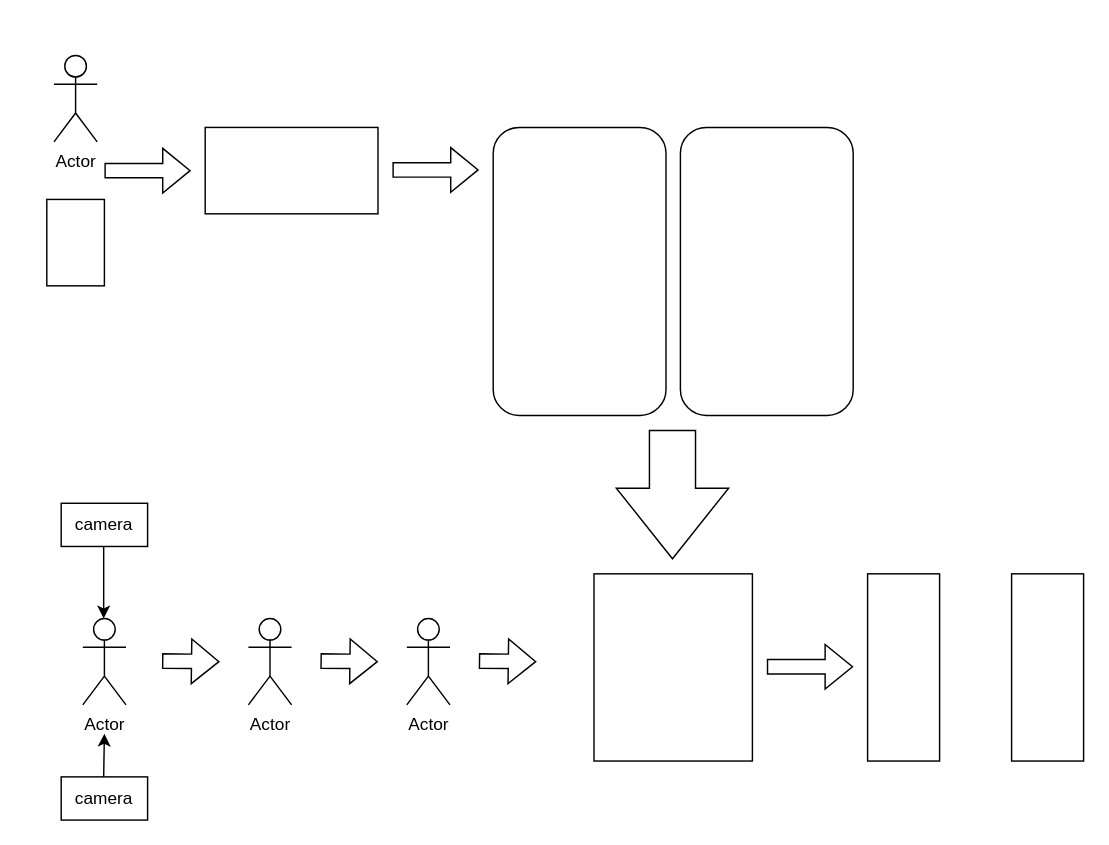
Yaoderrr/ssss keeps this draw.io diagram as 未命名绘图.drawio. Above is the earlier version. Source tidied: cells renumbered, new cells numbered last; positions are measured from the earlier drawing's top-left corner, leaving out a move shared by most shapes. Both pictures are drawn from the tidied source at 144%, with x=0, y=0 at pixel (46, 55).
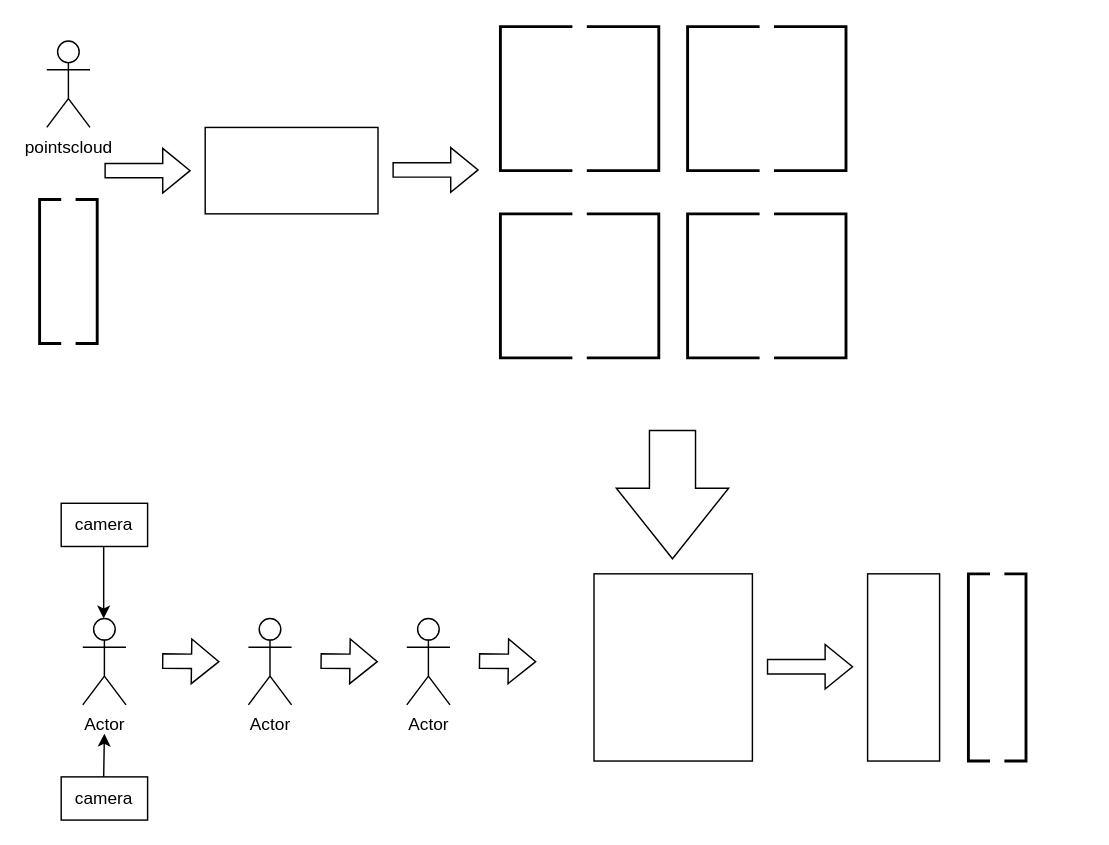
After the change.

Commit message (it also covers changes not shown here):
更新未命名绘图.drawio

What changed in the source:
```diff
@@
-    <mxCell id="2" value="Actor" style="shape=umlActor;verticalLabelPosition=bottom;verticalAlign=top;html=1;" parent="1" vertex="1">
-      <mxGeometry x="5" width="30" height="60" as="geometry" />
+    <mxCell id="2" value="pointscloud" style="shape=umlActor;verticalLabelPosition=bottom;verticalAlign=top;html=1;" parent="1" vertex="1">
+      <mxGeometry y="-10" width="30" height="60" as="geometry" />
     </mxCell>
@@
-    <mxCell id="6" style="rounded=1;whiteSpace=wrap;html=1;" parent="1" vertex="1">
-      <mxGeometry x="310" y="50" width="120" height="200" as="geometry" />
-    </mxCell>
-    <mxCell id="7" style="rounded=1;whiteSpace=wrap;html=1;" parent="1" vertex="1">
-      <mxGeometry x="440" y="50" width="120" height="200" as="geometry" />
-    </mxCell>
@@
-    <mxCell id="10" style="rounded=0;whiteSpace=wrap;html=1;" parent="1" vertex="1">
-      <mxGeometry x="670" y="360" width="50" height="130" as="geometry" />
-    </mxCell>
@@
-    <mxCell id="14" style="rounded=0;whiteSpace=wrap;html=1;" parent="1" vertex="1">
-      <mxGeometry y="100" width="40" height="60" as="geometry" />
-    </mxCell>
@@
+    <mxCell id="24" style="strokeWidth=2;html=1;shape=mxgraph.flowchart.annotation_1;align=left;" parent="1" vertex="1">
+      <mxGeometry x="315" y="-20" width="50" height="100" as="geometry" />
+    </mxCell>
+    <mxCell id="25" style="strokeWidth=2;html=1;shape=mxgraph.flowchart.annotation_1;align=left;" parent="1" vertex="1">
+      <mxGeometry x="315" y="110" width="50" height="100" as="geometry" />
+    </mxCell>
+    <mxCell id="26" style="strokeWidth=2;html=1;shape=mxgraph.flowchart.annotation_1;align=left;flipH=1;" parent="1" vertex="1">
+      <mxGeometry x="375" y="110" width="50" height="100" as="geometry" />
+    </mxCell>
+    <mxCell id="27" style="strokeWidth=2;html=1;shape=mxgraph.flowchart.annotation_1;align=left;flipH=1;" parent="1" vertex="1">
+      <mxGeometry x="375" y="-20" width="50" height="100" as="geometry" />
+    </mxCell>
+    <mxCell id="28" style="strokeWidth=2;html=1;shape=mxgraph.flowchart.annotation_1;align=left;" parent="1" vertex="1">
+      <mxGeometry x="445" y="-20" width="50" height="100" as="geometry" />
+    </mxCell>
+    <mxCell id="29" style="strokeWidth=2;html=1;shape=mxgraph.flowchart.annotation_1;align=left;" parent="1" vertex="1">
+      <mxGeometry x="445" y="110" width="50" height="100" as="geometry" />
+    </mxCell>
+    <mxCell id="30" style="strokeWidth=2;html=1;shape=mxgraph.flowchart.annotation_1;align=left;flipH=1;" parent="1" vertex="1">
+      <mxGeometry x="505" y="110" width="50" height="100" as="geometry" />
+    </mxCell>
+    <mxCell id="31" style="strokeWidth=2;html=1;shape=mxgraph.flowchart.annotation_1;align=left;flipH=1;" parent="1" vertex="1">
+      <mxGeometry x="505" y="-20" width="50" height="100" as="geometry" />
+    </mxCell>
+    <mxCell id="32" style="strokeWidth=2;html=1;shape=mxgraph.flowchart.annotation_1;align=left;" parent="1" vertex="1">
+      <mxGeometry x="-5" y="100" width="15" height="100" as="geometry" />
+    </mxCell>
+    <mxCell id="33" style="strokeWidth=2;html=1;shape=mxgraph.flowchart.annotation_1;align=left;flipH=1;" parent="1" vertex="1">
+      <mxGeometry x="20" y="100" width="15" height="100" as="geometry" />
+    </mxCell>
+    <mxCell id="34" style="strokeWidth=2;html=1;shape=mxgraph.flowchart.annotation_1;align=left;" parent="1" vertex="1">
+      <mxGeometry x="640" y="360" width="15" height="130" as="geometry" />
+    </mxCell>
+    <mxCell id="35" style="strokeWidth=2;html=1;shape=mxgraph.flowchart.annotation_1;align=left;flipH=1;" parent="1" vertex="1">
+      <mxGeometry x="665" y="360" width="15" height="130" as="geometry" />
+    </mxCell>
```
